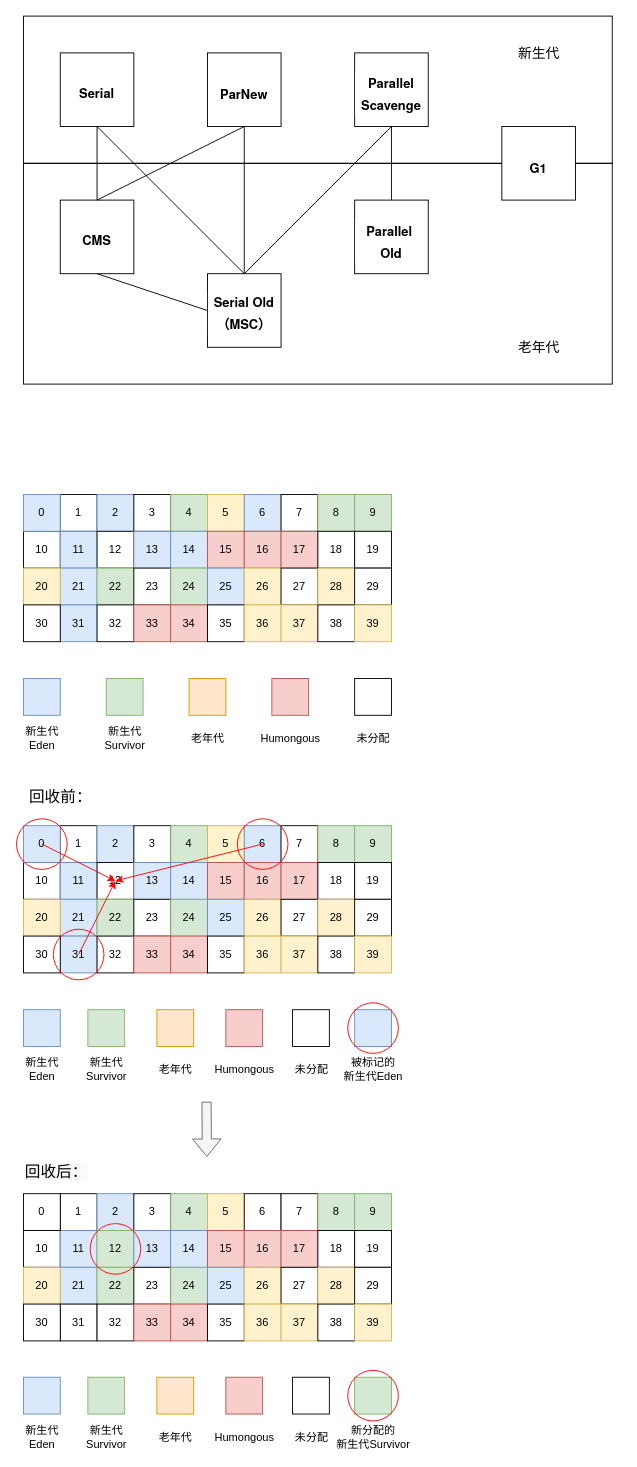
Above: 垃圾回收器/垃圾回收器.drawio in zero-97/picture-of-the-article (draw.io), before the change. Source tidied: cells renumbered, new cells numbered last; positions are measured from the earlier drawing's top-left corner, leaving out a move shared by most shapes. Both pictures are drawn from the tidied source at 92%, with x=0, y=0 at pixel (16, 16).
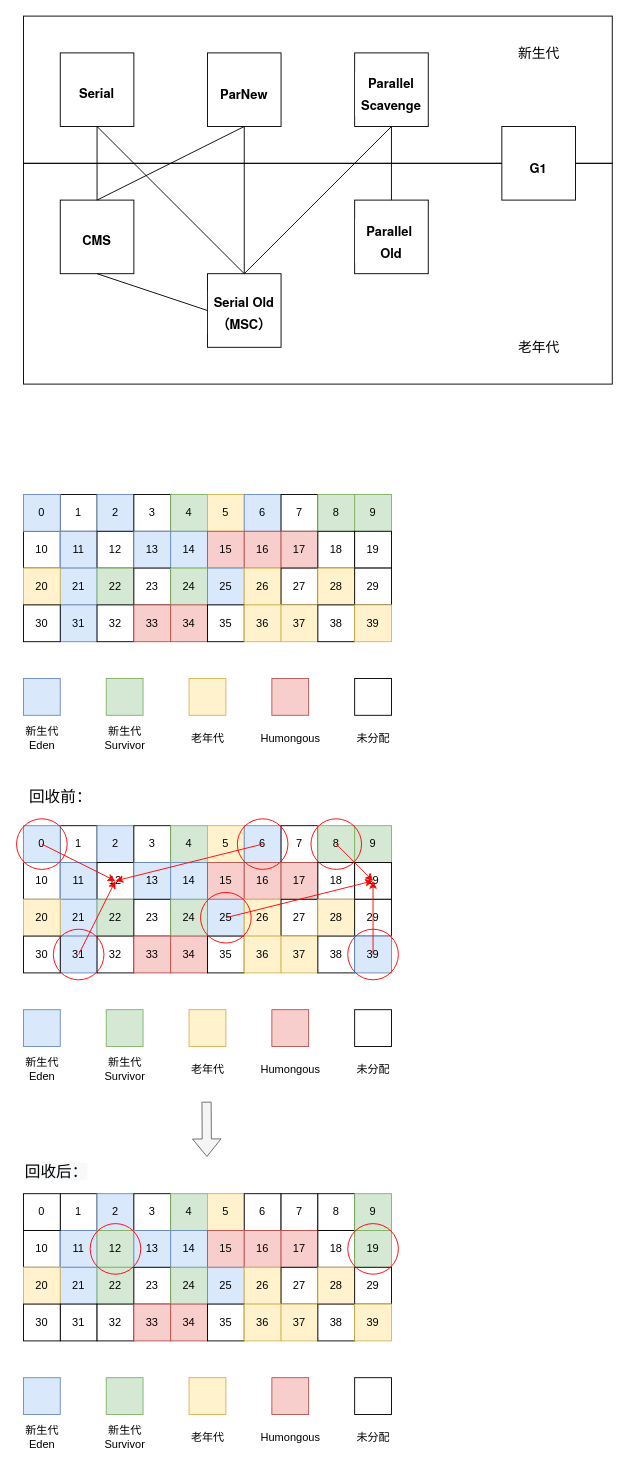
After the change.

Commit message (it also covers changes not shown here):
Update 垃圾回收器.drawio

Unchanged cells that the change refers to:
```xml
<mxCell id="91" value="19" style="whiteSpace=wrap;html=1;" parent="1" vertex="1">
  <mxGeometry x="368" y="920" width="40" height="40" as="geometry" />
</mxCell>
```

Change to the diagram source:
```diff
@@
-    <mxCell id="64" style="whiteSpace=wrap;html=1;fillColor=#ffe6cc;strokeColor=#d79b00;" parent="1" vertex="1">
+    <mxCell id="64" style="whiteSpace=wrap;html=1;fillColor=#fff2cc;strokeColor=#d6b656;" parent="1" vertex="1">
       <mxGeometry x="188" y="720" width="40" height="40" as="geometry" />
     </mxCell>
@@
-    <mxCell id="110" value="39" style="whiteSpace=wrap;html=1;fillColor=#fff2cc;strokeColor=#d6b656;" parent="1" vertex="1">
+    <mxCell id="110" value="39" style="whiteSpace=wrap;html=1;fillColor=#dae8fc;strokeColor=#6c8ebf;" parent="1" vertex="1">
       <mxGeometry x="368" y="1000" width="40" height="40" as="geometry" />
     </mxCell>
@@
-    <mxCell id="112" style="whiteSpace=wrap;html=1;fillColor=#dae8fc;strokeColor=#6c8ebf;" parent="1" vertex="1">
-      <mxGeometry x="8" y="1080" width="40" height="40" as="geometry" />
-    </mxCell>
-    <mxCell id="113" style="whiteSpace=wrap;html=1;fillColor=#d5e8d4;strokeColor=#82b366;" parent="1" vertex="1">
-      <mxGeometry x="78" y="1080" width="40" height="40" as="geometry" />
-    </mxCell>
-    <mxCell id="114" style="whiteSpace=wrap;html=1;fillColor=#ffe6cc;strokeColor=#d79b00;" parent="1" vertex="1">
-      <mxGeometry x="153" y="1080" width="40" height="40" as="geometry" />
-    </mxCell>
-    <mxCell id="115" style="whiteSpace=wrap;html=1;fillColor=#f8cecc;strokeColor=#b85450;" parent="1" vertex="1">
-      <mxGeometry x="228" y="1080" width="40" height="40" as="geometry" />
-    </mxCell>
-    <mxCell id="116" value="新生代&lt;br&gt;Eden" style="text;html=1;align=center;verticalAlign=middle;strokeColor=none;fillColor=none;" parent="1" vertex="1">
-      <mxGeometry x="3" y="1130" width="50" height="30" as="geometry" />
-    </mxCell>
-    <mxCell id="117" value="新生代&lt;br&gt;Survivor" style="text;html=1;align=center;verticalAlign=middle;strokeColor=none;fillColor=none;" parent="1" vertex="1">
-      <mxGeometry x="68" y="1130" width="60" height="30" as="geometry" />
-    </mxCell>
-    <mxCell id="118" value="老年代" style="text;html=1;align=center;verticalAlign=middle;strokeColor=none;fillColor=none;" parent="1" vertex="1">
-      <mxGeometry x="148" y="1135" width="50" height="20" as="geometry" />
-    </mxCell>
-    <mxCell id="119" value="Humongous" style="text;html=1;align=center;verticalAlign=middle;" parent="1" vertex="1">
-      <mxGeometry x="208" y="1135" width="80" height="20" as="geometry" />
-    </mxCell>
-    <mxCell id="120" style="whiteSpace=wrap;html=1;" parent="1" vertex="1">
-      <mxGeometry x="300.5" y="1080" width="40" height="40" as="geometry" />
-    </mxCell>
-    <mxCell id="121" value="未分配" style="text;html=1;align=center;verticalAlign=middle;" parent="1" vertex="1">
-      <mxGeometry x="295.5" y="1135" width="50" height="20" as="geometry" />
-    </mxCell>
@@
-    <mxCell id="125" style="whiteSpace=wrap;html=1;fillColor=#dae8fc;strokeColor=#6c8ebf;" parent="1" vertex="1">
-      <mxGeometry x="368" y="1080" width="40" height="40" as="geometry" />
-    </mxCell>
-    <mxCell id="126" style="ellipse;whiteSpace=wrap;html=1;fillColor=none;strokeColor=#FF0000;" parent="1" vertex="1">
-      <mxGeometry x="360.5" y="1072.5" width="55" height="55" as="geometry" />
-    </mxCell>
-    <mxCell id="127" value="被标记的&lt;br&gt;新生代Eden" style="text;html=1;align=center;verticalAlign=middle;strokeColor=none;fillColor=none;" parent="1" vertex="1">
-      <mxGeometry x="348" y="1130" width="80" height="30" as="geometry" />
-    </mxCell>
@@
-    <mxCell id="138" value="8" style="whiteSpace=wrap;html=1;fillColor=#d5e8d4;strokeColor=#82b366;" parent="1" vertex="1">
+    <mxCell id="138" value="8" style="whiteSpace=wrap;html=1;" parent="1" vertex="1">
       <mxGeometry x="328" y="1280" width="40" height="40" as="geometry" />
     </mxCell>
@@
-    <mxCell id="150" value="19" style="whiteSpace=wrap;html=1;" parent="1" vertex="1">
+    <mxCell id="150" value="19" style="whiteSpace=wrap;html=1;fillColor=#d5e8d4;strokeColor=#82b366;" parent="1" vertex="1">
       <mxGeometry x="368" y="1320" width="40" height="40" as="geometry" />
     </mxCell>
@@
-    <mxCell id="173" style="whiteSpace=wrap;html=1;fillColor=#dae8fc;strokeColor=#6c8ebf;" parent="1" vertex="1">
-      <mxGeometry x="8" y="1479.5" width="40" height="40" as="geometry" />
-    </mxCell>
-    <mxCell id="174" style="whiteSpace=wrap;html=1;fillColor=#d5e8d4;strokeColor=#82b366;" parent="1" vertex="1">
-      <mxGeometry x="78" y="1479.5" width="40" height="40" as="geometry" />
-    </mxCell>
-    <mxCell id="175" style="whiteSpace=wrap;html=1;fillColor=#ffe6cc;strokeColor=#d79b00;" parent="1" vertex="1">
-      <mxGeometry x="153" y="1479.5" width="40" height="40" as="geometry" />
-    </mxCell>
-    <mxCell id="176" style="whiteSpace=wrap;html=1;fillColor=#f8cecc;strokeColor=#b85450;" parent="1" vertex="1">
-      <mxGeometry x="228" y="1479.5" width="40" height="40" as="geometry" />
-    </mxCell>
-    <mxCell id="177" value="新生代&lt;br&gt;Eden" style="text;html=1;align=center;verticalAlign=middle;strokeColor=none;fillColor=none;" parent="1" vertex="1">
-      <mxGeometry x="3" y="1529.5" width="50" height="30" as="geometry" />
-    </mxCell>
-    <mxCell id="178" value="新生代&lt;br&gt;Survivor" style="text;html=1;align=center;verticalAlign=middle;strokeColor=none;fillColor=none;" parent="1" vertex="1">
-      <mxGeometry x="68" y="1529.5" width="60" height="30" as="geometry" />
-    </mxCell>
-    <mxCell id="179" value="老年代" style="text;html=1;align=center;verticalAlign=middle;strokeColor=none;fillColor=none;" parent="1" vertex="1">
-      <mxGeometry x="148" y="1534.5" width="50" height="20" as="geometry" />
-    </mxCell>
-    <mxCell id="180" value="Humongous" style="text;html=1;align=center;verticalAlign=middle;" parent="1" vertex="1">
-      <mxGeometry x="208" y="1534.5" width="80" height="20" as="geometry" />
-    </mxCell>
-    <mxCell id="181" style="whiteSpace=wrap;html=1;" parent="1" vertex="1">
-      <mxGeometry x="300.5" y="1479.5" width="40" height="40" as="geometry" />
-    </mxCell>
-    <mxCell id="182" value="未分配" style="text;html=1;align=center;verticalAlign=middle;" parent="1" vertex="1">
-      <mxGeometry x="295.5" y="1534.5" width="50" height="20" as="geometry" />
-    </mxCell>
-    <mxCell id="183" style="whiteSpace=wrap;html=1;fillColor=#d5e8d4;strokeColor=#82b366;" parent="1" vertex="1">
-      <mxGeometry x="368" y="1479.5" width="40" height="40" as="geometry" />
-    </mxCell>
-    <mxCell id="184" style="ellipse;whiteSpace=wrap;html=1;fillColor=none;strokeColor=#FF0000;" parent="1" vertex="1">
-      <mxGeometry x="360.5" y="1472" width="55" height="55" as="geometry" />
-    </mxCell>
-    <mxCell id="185" value="新分配的&lt;br&gt;新生代Survivor" style="text;html=1;align=center;verticalAlign=middle;strokeColor=none;fillColor=none;" parent="1" vertex="1">
-      <mxGeometry x="338" y="1529.5" width="100" height="30" as="geometry" />
-    </mxCell>
@@
+    <mxCell id="188" style="ellipse;whiteSpace=wrap;html=1;fillColor=none;strokeColor=#FF0000;" parent="1" vertex="1">
+      <mxGeometry x="320.5" y="872.5" width="55" height="55" as="geometry" />
+    </mxCell>
+    <mxCell id="189" style="ellipse;whiteSpace=wrap;html=1;fillColor=none;strokeColor=#FF0000;" parent="1" vertex="1">
+      <mxGeometry x="200.5" y="952.5" width="55" height="55" as="geometry" />
+    </mxCell>
+    <mxCell id="190" style="ellipse;whiteSpace=wrap;html=1;fillColor=none;strokeColor=#FF0000;" parent="1" vertex="1">
+      <mxGeometry x="360.5" y="992.5" width="55" height="55" as="geometry" />
+    </mxCell>
+    <mxCell id="112" style="whiteSpace=wrap;html=1;fillColor=#dae8fc;strokeColor=#6c8ebf;" parent="1" vertex="1">
+      <mxGeometry x="8" y="1080" width="40" height="40" as="geometry" />
+    </mxCell>
+    <mxCell id="191" style="whiteSpace=wrap;html=1;fillColor=#d5e8d4;strokeColor=#82b366;" parent="1" vertex="1">
+      <mxGeometry x="98" y="1080" width="40" height="40" as="geometry" />
+    </mxCell>
+    <mxCell id="192" style="whiteSpace=wrap;html=1;fillColor=#fff2cc;strokeColor=#d6b656;" parent="1" vertex="1">
+      <mxGeometry x="188" y="1080" width="40" height="40" as="geometry" />
+    </mxCell>
+    <mxCell id="193" style="whiteSpace=wrap;html=1;fillColor=#f8cecc;strokeColor=#b85450;" parent="1" vertex="1">
+      <mxGeometry x="278" y="1080" width="40" height="40" as="geometry" />
+    </mxCell>
+    <mxCell id="116" value="新生代&lt;br&gt;Eden" style="text;html=1;align=center;verticalAlign=middle;strokeColor=none;fillColor=none;" parent="1" vertex="1">
+      <mxGeometry x="3" y="1130" width="50" height="30" as="geometry" />
+    </mxCell>
+    <mxCell id="194" value="新生代&lt;br&gt;Survivor" style="text;html=1;align=center;verticalAlign=middle;strokeColor=none;fillColor=none;" parent="1" vertex="1">
+      <mxGeometry x="88" y="1130" width="60" height="30" as="geometry" />
+    </mxCell>
+    <mxCell id="195" value="老年代" style="text;html=1;align=center;verticalAlign=middle;strokeColor=none;fillColor=none;" parent="1" vertex="1">
+      <mxGeometry x="183" y="1135" width="50" height="20" as="geometry" />
+    </mxCell>
+    <mxCell id="196" value="Humongous" style="text;html=1;align=center;verticalAlign=middle;" parent="1" vertex="1">
+      <mxGeometry x="258" y="1135" width="80" height="20" as="geometry" />
+    </mxCell>
+    <mxCell id="197" style="whiteSpace=wrap;html=1;" parent="1" vertex="1">
+      <mxGeometry x="368" y="1080" width="40" height="40" as="geometry" />
+    </mxCell>
+    <mxCell id="198" value="未分配" style="text;html=1;align=center;verticalAlign=middle;" parent="1" vertex="1">
+      <mxGeometry x="363" y="1135" width="50" height="20" as="geometry" />
+    </mxCell>
+    <mxCell id="199" style="endArrow=classic;html=1;rounded=0;strokeColor=#FF0000;exitX=0.5;exitY=0.5;exitDx=0;exitDy=0;entryX=0.5;entryY=0.5;entryDx=0;entryDy=0;entryPerimeter=0;exitPerimeter=0;" parent="1" edge="1" source="188" target="91">
+      <mxGeometry relative="1" as="geometry" />
+    </mxCell>
+    <mxCell id="200" style="endArrow=classic;html=1;rounded=0;strokeColor=#FF0000;exitX=0.5;exitY=0.5;exitDx=0;exitDy=0;entryX=0.5;entryY=0.5;entryDx=0;entryDy=0;entryPerimeter=0;exitPerimeter=0;" parent="1" edge="1" source="189" target="91">
+      <mxGeometry relative="1" as="geometry" />
+    </mxCell>
+    <mxCell id="201" style="endArrow=classic;html=1;rounded=0;strokeColor=#FF0000;entryX=0.5;entryY=0.5;entryDx=0;entryDy=0;entryPerimeter=0;" parent="1" edge="1" target="91">
+      <mxGeometry relative="1" as="geometry">
+        <mxPoint x="388" y="1020" as="sourcePoint" />
+      </mxGeometry>
+    </mxCell>
+    <mxCell id="202" style="ellipse;whiteSpace=wrap;html=1;fillColor=none;strokeColor=#FF0000;" parent="1" vertex="1">
+      <mxGeometry x="360.5" y="1312.5" width="55" height="55" as="geometry" />
+    </mxCell>
+    <mxCell id="203" style="whiteSpace=wrap;html=1;fillColor=#dae8fc;strokeColor=#6c8ebf;" parent="1" vertex="1">
+      <mxGeometry x="8" y="1480" width="40" height="40" as="geometry" />
+    </mxCell>
+    <mxCell id="204" style="whiteSpace=wrap;html=1;fillColor=#d5e8d4;strokeColor=#82b366;" parent="1" vertex="1">
+      <mxGeometry x="98" y="1480" width="40" height="40" as="geometry" />
+    </mxCell>
+    <mxCell id="205" style="whiteSpace=wrap;html=1;fillColor=#fff2cc;strokeColor=#d6b656;" parent="1" vertex="1">
+      <mxGeometry x="188" y="1480" width="40" height="40" as="geometry" />
+    </mxCell>
+    <mxCell id="206" style="whiteSpace=wrap;html=1;fillColor=#f8cecc;strokeColor=#b85450;" parent="1" vertex="1">
+      <mxGeometry x="278" y="1480" width="40" height="40" as="geometry" />
+    </mxCell>
+    <mxCell id="177" value="新生代&lt;br&gt;Eden" style="text;html=1;align=center;verticalAlign=middle;strokeColor=none;fillColor=none;" parent="1" vertex="1">
+      <mxGeometry x="3" y="1530" width="50" height="30" as="geometry" />
+    </mxCell>
+    <mxCell id="207" value="新生代&lt;br&gt;Survivor" style="text;html=1;align=center;verticalAlign=middle;strokeColor=none;fillColor=none;" parent="1" vertex="1">
+      <mxGeometry x="88" y="1530" width="60" height="30" as="geometry" />
+    </mxCell>
+    <mxCell id="208" value="老年代" style="text;html=1;align=center;verticalAlign=middle;strokeColor=none;fillColor=none;" parent="1" vertex="1">
+      <mxGeometry x="183" y="1535" width="50" height="20" as="geometry" />
+    </mxCell>
+    <mxCell id="209" value="Humongous" style="text;html=1;align=center;verticalAlign=middle;" parent="1" vertex="1">
+      <mxGeometry x="258" y="1535" width="80" height="20" as="geometry" />
+    </mxCell>
+    <mxCell id="210" style="whiteSpace=wrap;html=1;" parent="1" vertex="1">
+      <mxGeometry x="368" y="1480" width="40" height="40" as="geometry" />
+    </mxCell>
+    <mxCell id="211" value="未分配" style="text;html=1;align=center;verticalAlign=middle;" parent="1" vertex="1">
+      <mxGeometry x="363" y="1535" width="50" height="20" as="geometry" />
+    </mxCell>
```
